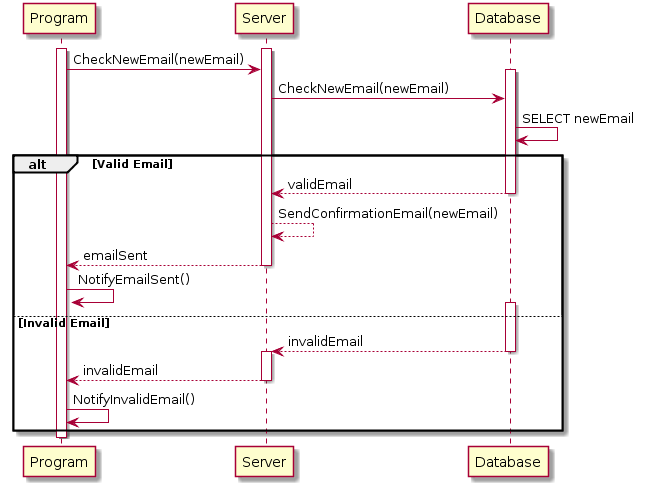
Earlier version of the PlantUML export doc/SSRS/images/SequenceDiagrams/AuthenticationChangeEmail.png (cs383-4/sQuire). The source it was exported from:
```plantuml
@startuml
Activate Program
Activate Server
Program -> Server : CheckNewEmail(newEmail)
Activate Database
Server -> Database : CheckNewEmail(newEmail)
Database -> Database : SELECT newEmail

alt Valid Email

    Database --> Server : validEmail
    Deactivate Database
    Server --> Server : SendConfirmationEmail(newEmail)
    Server --> Program : emailSent
    Deactivate Server
    Program -> Program : NotifyEmailSent()

else Invalid Email

    Activate Database
    Database --> Server : invalidEmail
    Deactivate Database
    Activate Server
    Server --> Program : invalidEmail
    Deactivate Server
    Program -> Program : NotifyInvalidEmail()
end

Deactivate Program
@enduml
```
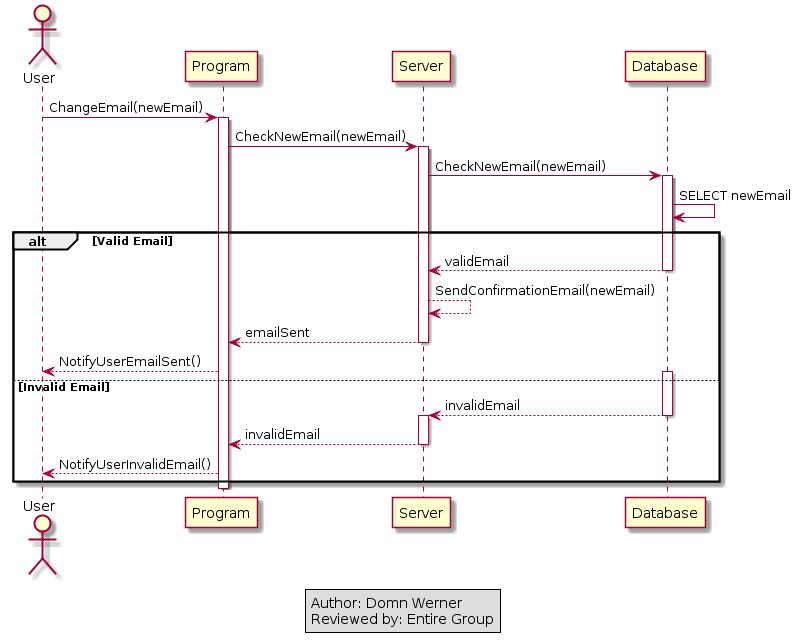
After the change.

What changed in the source:
```diff
@@ -1,9 +1,11 @@
 @startuml
+Actor User
+User -> Program : ChangeEmail(newEmail)
 Activate Program
+Program -> Server : CheckNewEmail(newEmail)
 Activate Server
-Program -> Server : CheckNewEmail(newEmail)
+Server -> Database : CheckNewEmail(newEmail)
 Activate Database
-Server -> Database : CheckNewEmail(newEmail)
 Database -> Database : SELECT newEmail
 
 alt Valid Email
@@ -13,7 +15,7 @@
     Server --> Server : SendConfirmationEmail(newEmail)
     Server --> Program : emailSent
     Deactivate Server
-    Program -> Program : NotifyEmailSent()
+    Program --> User : NotifyUserEmailSent()
 
 else Invalid Email
 
@@ -23,8 +25,13 @@
     Activate Server
     Server --> Program : invalidEmail
     Deactivate Server
-    Program -> Program : NotifyInvalidEmail()
+    Program --> User : NotifyUserInvalidEmail()
 end
 
 Deactivate Program
+
+legend center
+Author: Domn Werner
+Reviewed by: Entire Group
+end legend
 @enduml
```
